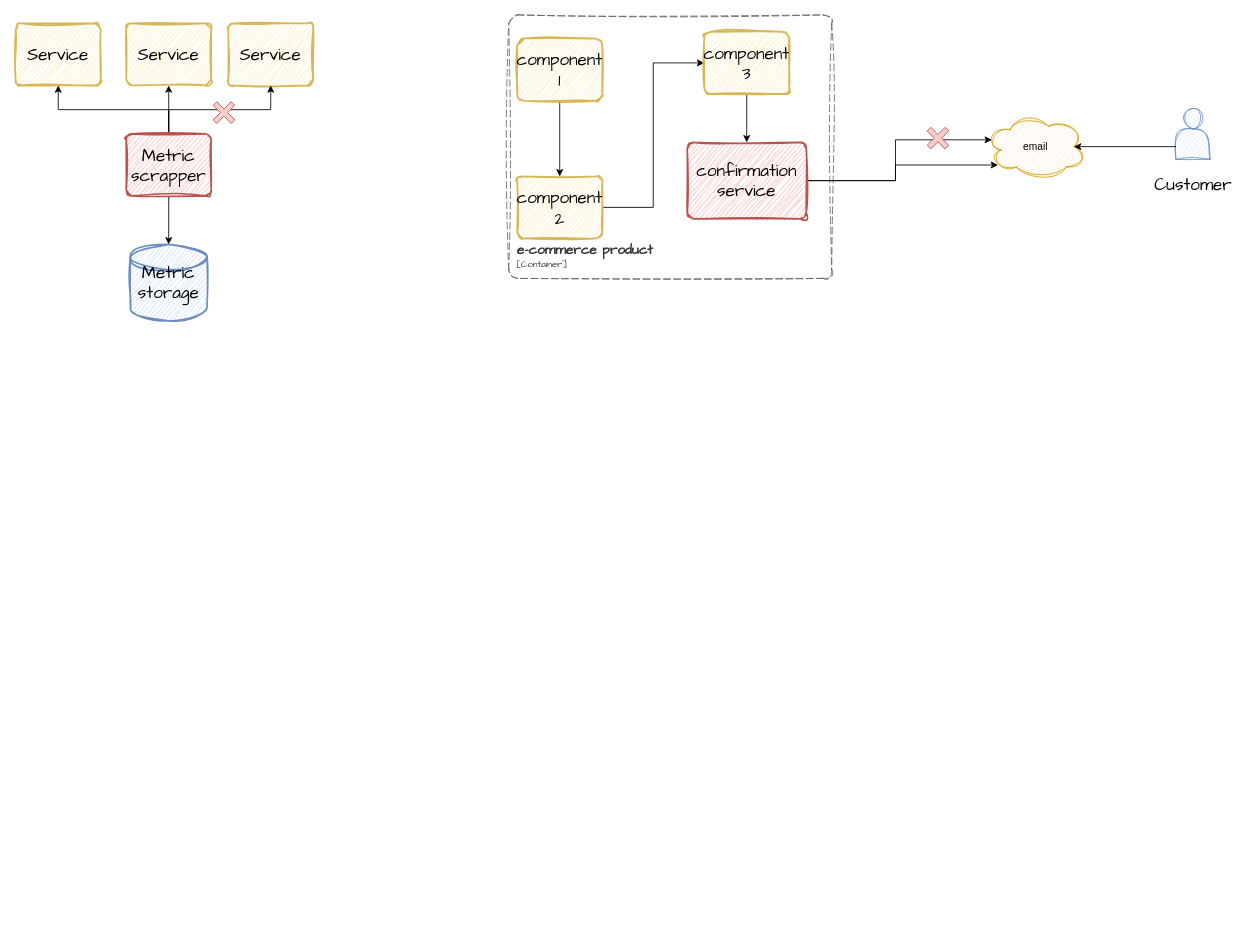
nryanov/nryanov.github.io keeps this draw.io diagram as assets/diagrams/2023/delivery-semantics/delivery-semantics.drawio. Above is the earlier version. Source tidied: cells renumbered, new cells numbered last; positions are measured from the earlier drawing's top-left corner, leaving out a move shared by most shapes. Both pictures are drawn from the tidied source at 85%, with x=0, y=0 at pixel (15, 14).
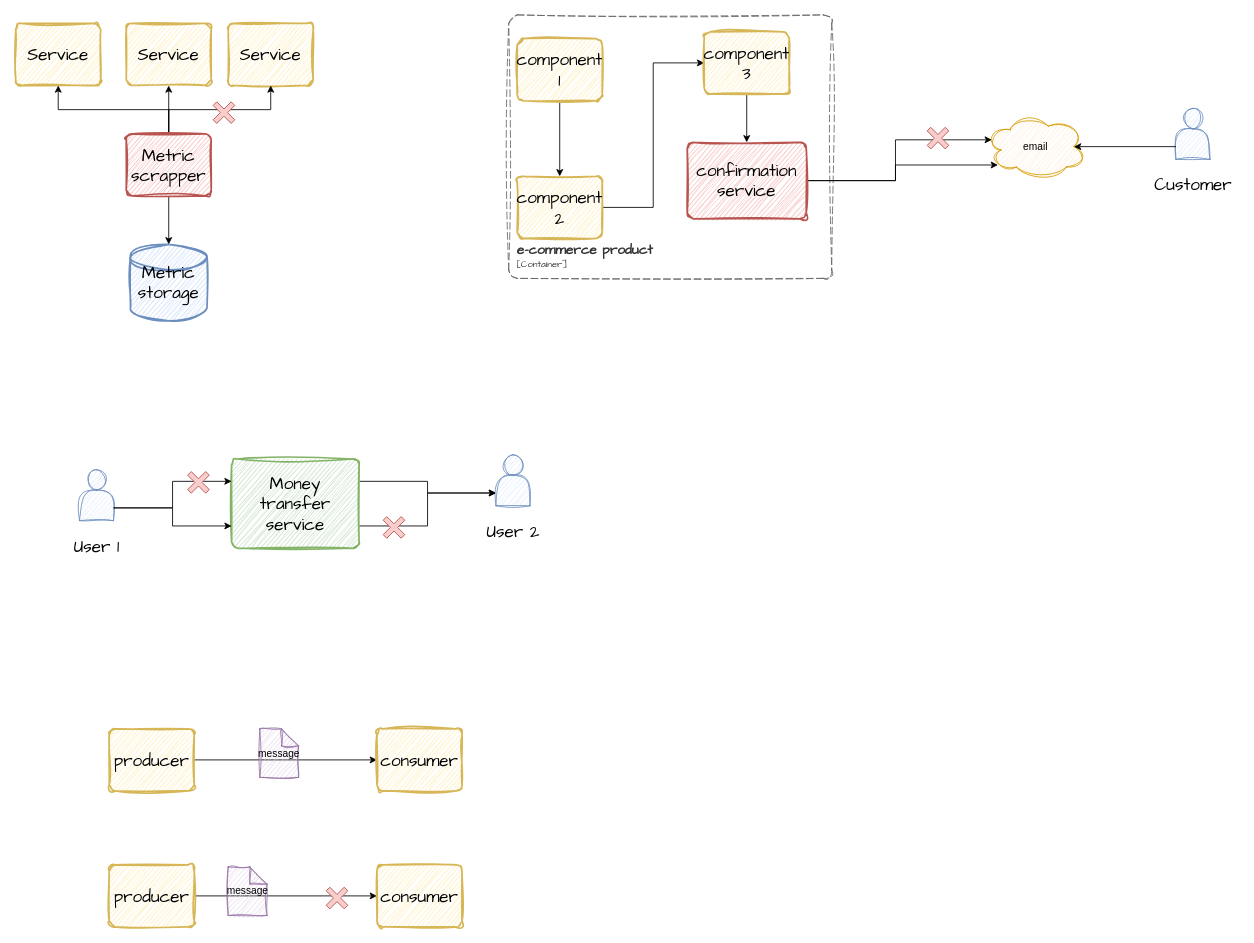
The same page after the edit.

Change to the diagram source:
```diff
@@
+    <mxCell id="28" style="group;" parent="1" vertex="1">
+      <mxGeometry x="40" y="535" width="120" height="110" as="geometry" />
+    </mxCell>
+    <mxCell id="29" style="shape=actor;whiteSpace=wrap;html=1;fillColor=#dae8fc;strokeColor=#6c8ebf;sketch=1;curveFitting=1;jiggle=2;" parent="28" vertex="1">
+      <mxGeometry x="35" width="40" height="60" as="geometry" />
+    </mxCell>
+    <mxCell id="30" value="User 1" style="text;html=1;align=center;verticalAlign=middle;strokeColor=none;fillColor=none;fontSize=20;fontFamily=Architects Daughter;" parent="28" vertex="1">
+      <mxGeometry x="15" y="70" width="80" height="40" as="geometry" />
+    </mxCell>
+    <mxCell id="31" style="group;" parent="1" vertex="1">
+      <mxGeometry x="530" y="517.5" width="120" height="110" as="geometry" />
+    </mxCell>
+    <mxCell id="32" style="shape=actor;whiteSpace=wrap;html=1;fillColor=#dae8fc;strokeColor=#6c8ebf;sketch=1;curveFitting=1;jiggle=2;" parent="31" vertex="1">
+      <mxGeometry x="35" width="40" height="60" as="geometry" />
+    </mxCell>
+    <mxCell id="33" value="User 2" style="text;html=1;align=center;verticalAlign=middle;strokeColor=none;fillColor=none;fontSize=20;fontFamily=Architects Daughter;" parent="31" vertex="1">
+      <mxGeometry x="10" y="70" width="90" height="40" as="geometry" />
+    </mxCell>
+    <mxCell id="34" style="edgeStyle=orthogonalEdgeStyle;rounded=0;jettySize=auto;html=1;exitX=1;exitY=0.25;exitDx=0;exitDy=0;entryX=0;entryY=0.75;entryDx=0;entryDy=0;" parent="1" edge="1" source="36" target="32">
+      <mxGeometry relative="1" as="geometry" />
+    </mxCell>
+    <mxCell id="35" style="edgeStyle=orthogonalEdgeStyle;rounded=0;jettySize=auto;html=1;exitX=1;exitY=0.75;exitDx=0;exitDy=0;entryX=0;entryY=0.75;entryDx=0;entryDy=0;" parent="1" edge="1" source="36" target="32">
+      <mxGeometry relative="1" as="geometry" />
+    </mxCell>
+    <mxCell id="36" value="Money transfer service" style="rounded=1;whiteSpace=wrap;html=1;absoluteArcSize=1;arcSize=14;strokeWidth=2;sketch=1;hachureGap=4;jiggle=2;curveFitting=1;fontFamily=Architects Daughter;fontSize=20;fillColor=#d5e8d4;strokeColor=#82b366;" parent="1" vertex="1">
+      <mxGeometry x="254" y="522.5" width="150" height="105" as="geometry" />
+    </mxCell>
+    <mxCell id="37" style="edgeStyle=orthogonalEdgeStyle;rounded=0;jettySize=auto;html=1;exitX=1;exitY=0.75;exitDx=0;exitDy=0;entryX=0;entryY=0.75;entryDx=0;entryDy=0;" parent="1" edge="1" source="29" target="36">
+      <mxGeometry relative="1" as="geometry" />
+    </mxCell>
+    <mxCell id="38" style="edgeStyle=orthogonalEdgeStyle;rounded=0;jettySize=auto;html=1;exitX=1;exitY=0.75;exitDx=0;exitDy=0;entryX=0;entryY=0.25;entryDx=0;entryDy=0;" parent="1" edge="1" source="29" target="36">
+      <mxGeometry relative="1" as="geometry" />
+    </mxCell>
+    <mxCell id="39" style="shape=cross;whiteSpace=wrap;html=1;rotation=-45;fillColor=#f8cecc;strokeColor=#b85450;" parent="1" vertex="1">
+      <mxGeometry x="200" y="535" width="30" height="30" as="geometry" />
+    </mxCell>
+    <mxCell id="40" style="shape=cross;whiteSpace=wrap;html=1;rotation=-45;fillColor=#f8cecc;strokeColor=#b85450;" parent="1" vertex="1">
+      <mxGeometry x="430" y="588" width="30" height="30" as="geometry" />
+    </mxCell>
+    <mxCell id="41" style="edgeStyle=orthogonalEdgeStyle;rounded=0;jettySize=auto;html=1;exitX=1;exitY=0.5;exitDx=0;exitDy=0;entryX=0;entryY=0.5;entryDx=0;entryDy=0;" parent="1" edge="1" source="42" target="43">
+      <mxGeometry relative="1" as="geometry" />
+    </mxCell>
+    <mxCell id="42" value="producer" style="rounded=1;whiteSpace=wrap;html=1;absoluteArcSize=1;arcSize=14;strokeWidth=2;sketch=1;hachureGap=4;jiggle=2;curveFitting=1;fontFamily=Architects Daughter;fontSize=20;fillColor=#fff2cc;strokeColor=#d6b656;" parent="1" vertex="1">
+      <mxGeometry x="110" y="840" width="100" height="73" as="geometry" />
+    </mxCell>
+    <mxCell id="43" value="consumer" style="rounded=1;whiteSpace=wrap;html=1;absoluteArcSize=1;arcSize=14;strokeWidth=2;sketch=1;hachureGap=4;jiggle=2;curveFitting=1;fontFamily=Architects Daughter;fontSize=20;fillColor=#fff2cc;strokeColor=#d6b656;" parent="1" vertex="1">
+      <mxGeometry x="425" y="840" width="100" height="73" as="geometry" />
+    </mxCell>
+    <mxCell id="44" value="message" style="shape=note;whiteSpace=wrap;html=1;backgroundOutline=1;darkOpacity=0.05;sketch=1;curveFitting=1;jiggle=2;fillColor=#e1d5e7;strokeColor=#9673a6;size=20;" parent="1" vertex="1">
+      <mxGeometry x="287.2" y="840" width="45.6" height="57" as="geometry" />
+    </mxCell>
+    <mxCell id="45" style="edgeStyle=orthogonalEdgeStyle;rounded=0;jettySize=auto;html=1;exitX=1;exitY=0.5;exitDx=0;exitDy=0;entryX=0;entryY=0.5;entryDx=0;entryDy=0;" parent="1" edge="1" source="46" target="47">
+      <mxGeometry relative="1" as="geometry" />
+    </mxCell>
+    <mxCell id="46" value="producer" style="rounded=1;whiteSpace=wrap;html=1;absoluteArcSize=1;arcSize=14;strokeWidth=2;sketch=1;hachureGap=4;jiggle=2;curveFitting=1;fontFamily=Architects Daughter;fontSize=20;fillColor=#fff2cc;strokeColor=#d6b656;" parent="1" vertex="1">
+      <mxGeometry x="110" y="1000" width="100" height="73" as="geometry" />
+    </mxCell>
+    <mxCell id="47" value="consumer" style="rounded=1;whiteSpace=wrap;html=1;absoluteArcSize=1;arcSize=14;strokeWidth=2;sketch=1;hachureGap=4;jiggle=2;curveFitting=1;fontFamily=Architects Daughter;fontSize=20;fillColor=#fff2cc;strokeColor=#d6b656;" parent="1" vertex="1">
+      <mxGeometry x="425" y="1000" width="100" height="73" as="geometry" />
+    </mxCell>
+    <mxCell id="48" value="message" style="shape=note;whiteSpace=wrap;html=1;backgroundOutline=1;darkOpacity=0.05;sketch=1;curveFitting=1;jiggle=2;fillColor=#e1d5e7;strokeColor=#9673a6;size=20;" parent="1" vertex="1">
+      <mxGeometry x="250" y="1002.5" width="45.6" height="57" as="geometry" />
+    </mxCell>
+    <mxCell id="49" style="shape=cross;whiteSpace=wrap;html=1;rotation=-45;fillColor=#f8cecc;strokeColor=#b85450;" parent="1" vertex="1">
+      <mxGeometry x="363" y="1024" width="30" height="30" as="geometry" />
+    </mxCell>
```
